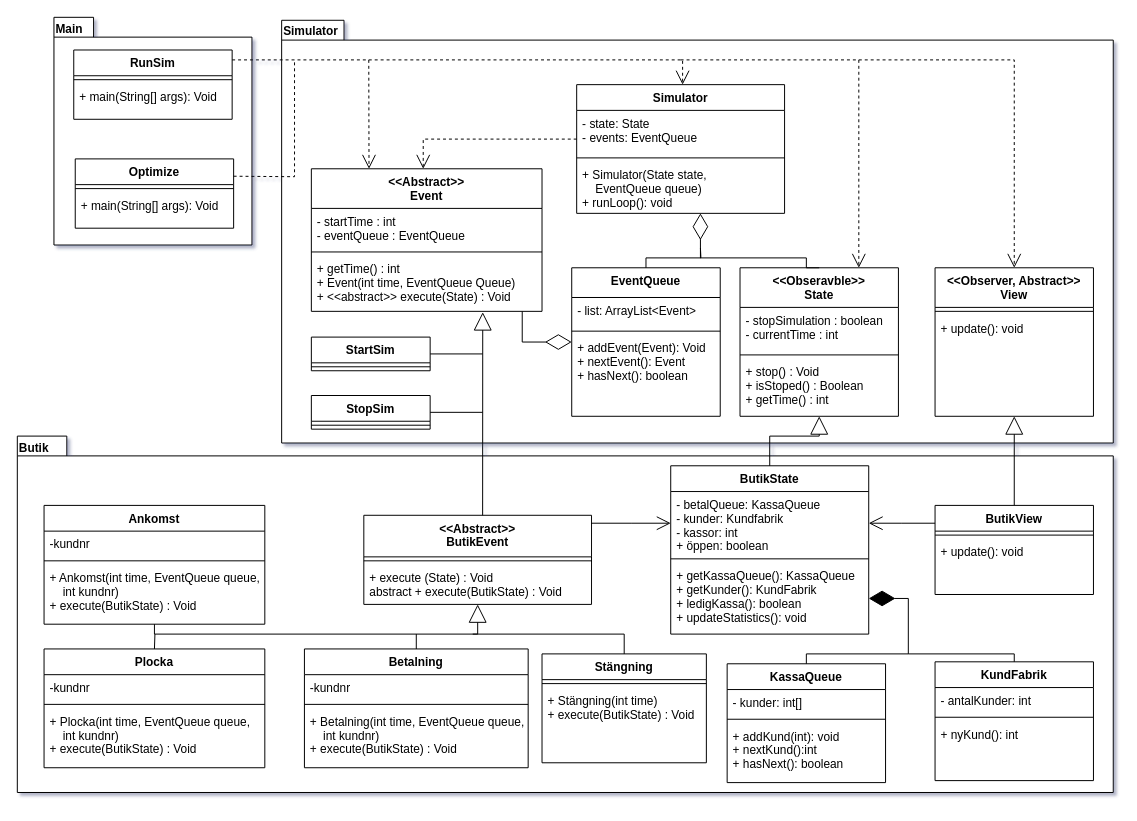
Earlier version of the draw.io diagram docs/uml.drawio (Spooky-Firefox/labb_6). Source tidied: cells renumbered, new cells numbered last; positions are measured from the earlier drawing's top-left corner, leaving out a move shared by most shapes. Both pictures are drawn from the tidied source at 99%, with x=0, y=0 at pixel (17, 17).
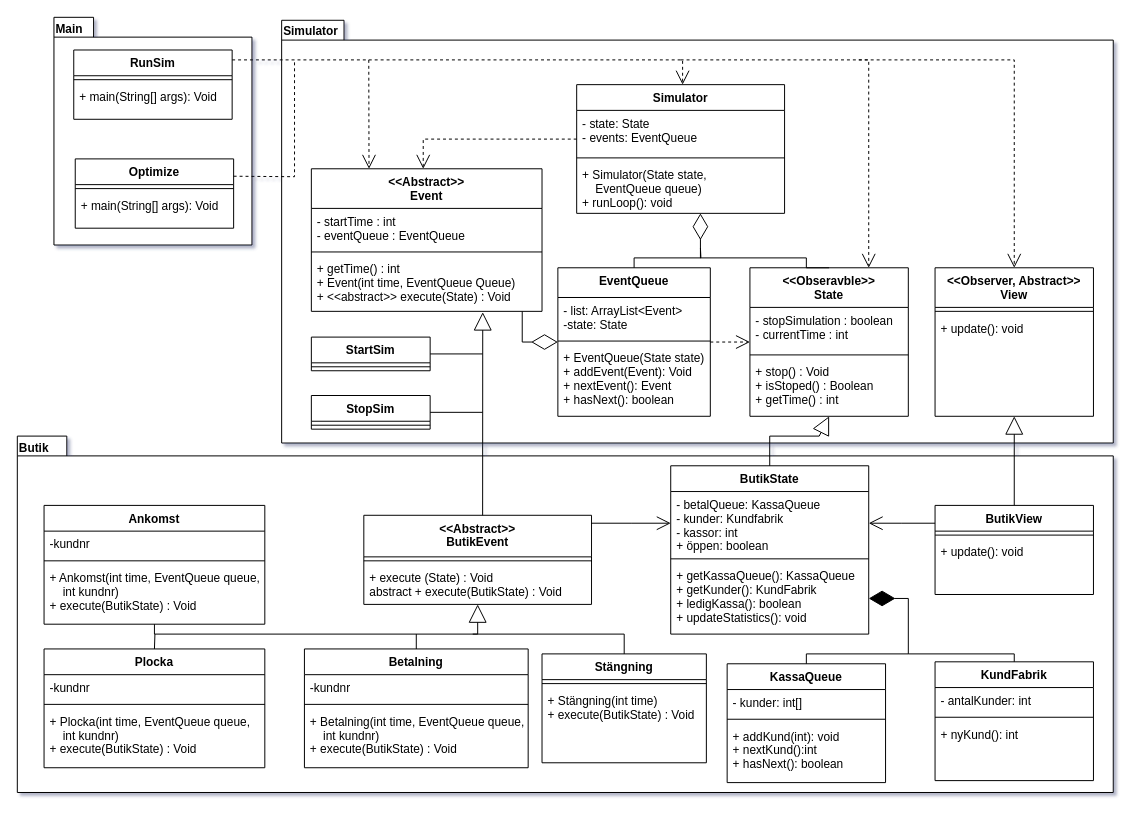
Above is the later version.

Commit message:
updated UML, EventQueue now have a State

Diff of the diagram source:
```diff
@@
     <mxCell id="9" value="EventQueue" style="swimlane;fontStyle=1;align=center;verticalAlign=top;horizontal=1;startSize=30;" parent="1" vertex="1">
-      <mxGeometry x="560" y="253" width="150" height="150" as="geometry" />
+      <mxGeometry x="546" y="253" width="154" height="150" as="geometry" />
     </mxCell>
-    <mxCell id="10" value="- list: ArrayList&lt;Event&gt;&#10;" style="text;strokeColor=none;fillColor=none;align=left;verticalAlign=top;spacingLeft=4;spacingRight=4;overflow=hidden;" parent="9" vertex="1">
-      <mxGeometry y="30" width="150" height="30" as="geometry" />
+    <mxCell id="10" value="- list: ArrayList&lt;Event&gt;&#10;-state: State" style="text;strokeColor=none;fillColor=none;align=left;verticalAlign=top;spacingLeft=4;spacingRight=4;overflow=hidden;" parent="9" vertex="1">
+      <mxGeometry y="30" width="154" height="40" as="geometry" />
     </mxCell>
     <mxCell id="11" style="line;strokeWidth=1;fillColor=none;align=left;verticalAlign=middle;spacingTop=-1;spacingLeft=3;spacingRight=3;labelPosition=right;strokeColor=inherit;" parent="9" vertex="1">
-      <mxGeometry y="60" width="150" height="8" as="geometry" />
+      <mxGeometry y="70" width="154" height="8" as="geometry" />
     </mxCell>
-    <mxCell id="12" value="+ addEvent(Event): Void&#10;+ nextEvent(): Event&#10;+ hasNext(): boolean" style="text;strokeColor=none;fillColor=none;align=left;verticalAlign=top;spacingLeft=4;spacingRight=4;overflow=hidden;" parent="9" vertex="1">
-      <mxGeometry y="68" width="150" height="82" as="geometry" />
+    <mxCell id="12" value="+ EventQueue(State state)&#10;+ addEvent(Event): Void&#10;+ nextEvent(): Event&#10;+ hasNext(): boolean" style="text;strokeColor=none;fillColor=none;align=left;verticalAlign=top;spacingLeft=4;spacingRight=4;overflow=hidden;" parent="9" vertex="1">
+      <mxGeometry y="78" width="154" height="72" as="geometry" />
     </mxCell>
@@
     <mxCell id="22" value="&lt;&lt;Obseravble&gt;&gt;&#10;State" style="swimlane;fontStyle=1;align=center;verticalAlign=top;horizontal=1;startSize=40;" parent="1" vertex="1">
-      <mxGeometry x="730" y="253" width="160" height="150" as="geometry" />
+      <mxGeometry x="740" y="253" width="160" height="150" as="geometry" />
     </mxCell>
@@
-    <mxCell id="84" value="Use" style="endArrow=open;endSize=12;dashed=1;html=1;rounded=0;entryX=0.75;entryY=0;entryDx=0;entryDy=0;textOpacity=0;" parent="1" edge="1" target="22">
+    <mxCell id="84" value="Use" style="endArrow=open;endSize=12;dashed=1;html=1;rounded=0;entryX=0.75;entryY=0;entryDx=0;entryDy=0;textOpacity=0;edgeStyle=elbowEdgeStyle;" parent="1" edge="1" target="22">
       <mxGeometry relative="1" as="geometry">
         <mxPoint x="850" y="43" as="sourcePoint" />
+        <Array as="points">
+          <mxPoint x="860" y="143" />
+        </Array>
       </mxGeometry>
     </mxCell>
@@
+    <mxCell id="89" style="endArrow=open;endSize=12;dashed=1;html=1;rounded=0;" parent="1" edge="1" source="9" target="22">
+      <mxGeometry relative="1" as="geometry" />
+    </mxCell>
```
